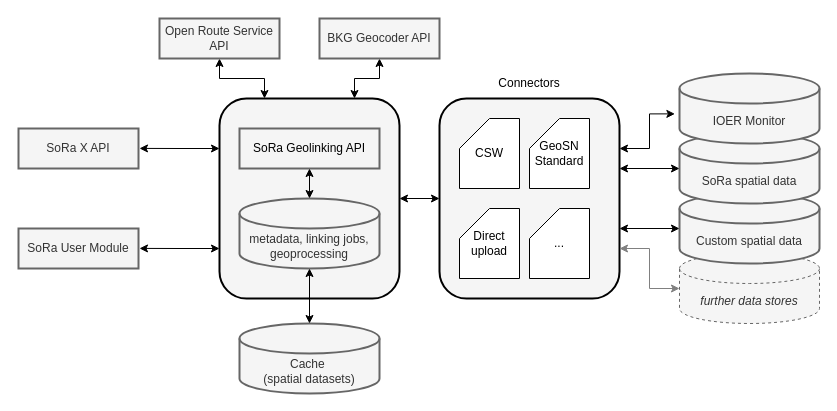
Above: sora/sora_geolinking_network_v5_fuer_SAB.drawio in traveller195/draw_io (draw.io), before the change. Source tidied: cells renumbered, new cells numbered last; positions are measured from the earlier drawing's top-left corner, leaving out a move shared by most shapes. Both pictures are drawn from the tidied source at 100%, with x=0, y=0 at pixel (18, 18).
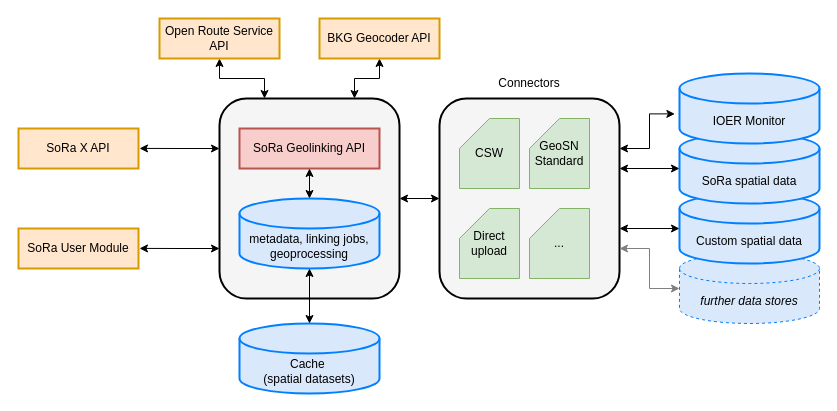
The same page after the edit.

Diff of the diagram source:
```diff
@@
-    <mxCell id="2" value="&lt;div&gt;&lt;i&gt;further data stores&lt;br&gt;&lt;/i&gt;&lt;/div&gt;" style="shape=cylinder3;whiteSpace=wrap;html=1;boundedLbl=1;backgroundOutline=1;size=15;fillColor=#f5f5f5;fontColor=#333333;strokeColor=#666666;dashed=1;" parent="1" vertex="1">
+    <mxCell id="2" value="&lt;div&gt;&lt;i&gt;further data stores&lt;br&gt;&lt;/i&gt;&lt;/div&gt;" style="shape=cylinder3;whiteSpace=wrap;html=1;boundedLbl=1;backgroundOutline=1;size=15;fillColor=#dae8fc;strokeColor=#007FFF;dashed=1;" parent="1" vertex="1">
       <mxGeometry x="661" y="235" width="140" height="70" as="geometry" />
     </mxCell>
@@
-    <mxCell id="4" value="&lt;div&gt;Cache&amp;nbsp;&lt;/div&gt;&lt;div&gt;(spatial datasets)&lt;br&gt;&lt;/div&gt;" style="shape=cylinder3;whiteSpace=wrap;html=1;boundedLbl=1;backgroundOutline=1;size=15;fillColor=#f5f5f5;fontColor=#333333;strokeColor=#666666;strokeWidth=2;" parent="1" vertex="1">
+    <mxCell id="4" value="&lt;div&gt;Cache&amp;nbsp;&lt;/div&gt;&lt;div&gt;(spatial datasets)&lt;br&gt;&lt;/div&gt;" style="shape=cylinder3;whiteSpace=wrap;html=1;boundedLbl=1;backgroundOutline=1;size=15;fillColor=#dae8fc;strokeColor=#007FFF;strokeWidth=2;" parent="1" vertex="1">
       <mxGeometry x="221" y="305" width="140" height="70" as="geometry" />
     </mxCell>
-    <mxCell id="5" value="Custom spatial data" style="shape=cylinder3;whiteSpace=wrap;html=1;boundedLbl=1;backgroundOutline=1;size=15;fillColor=#f5f5f5;fontColor=#333333;strokeColor=#666666;strokeWidth=2;" parent="1" vertex="1">
+    <mxCell id="5" value="Custom spatial data" style="shape=cylinder3;whiteSpace=wrap;html=1;boundedLbl=1;backgroundOutline=1;size=15;fillColor=#dae8fc;strokeColor=#007FFF;strokeWidth=2;" parent="1" vertex="1">
       <mxGeometry x="661" y="175" width="140" height="70" as="geometry" />
     </mxCell>
@@
-    <mxCell id="12" value="SoRa X API" style="rounded=0;whiteSpace=wrap;html=1;fillColor=#f5f5f5;fontColor=#333333;strokeColor=#666666;strokeWidth=2;" parent="1" vertex="1">
+    <mxCell id="12" value="SoRa X API" style="rounded=0;whiteSpace=wrap;html=1;fillColor=#ffe6cc;strokeColor=#d79b00;strokeWidth=2;" parent="1" vertex="1">
       <mxGeometry y="110" width="120" height="40" as="geometry" />
     </mxCell>
-    <mxCell id="13" value="SoRa User Module" style="rounded=0;whiteSpace=wrap;html=1;fillColor=#f5f5f5;fontColor=#333333;strokeColor=#666666;strokeWidth=2;" parent="1" vertex="1">
+    <mxCell id="13" value="SoRa User Module" style="rounded=0;whiteSpace=wrap;html=1;fillColor=#ffe6cc;strokeColor=#d79b00;strokeWidth=2;" parent="1" vertex="1">
       <mxGeometry y="210" width="120" height="40" as="geometry" />
     </mxCell>
-    <mxCell id="14" value="Open Route Service API" style="rounded=0;whiteSpace=wrap;html=1;fillColor=#f5f5f5;fontColor=#333333;strokeColor=#666666;strokeWidth=2;" parent="1" vertex="1">
+    <mxCell id="14" value="Open Route Service API" style="rounded=0;whiteSpace=wrap;html=1;fillColor=#ffe6cc;strokeColor=#d79b00;strokeWidth=2;" parent="1" vertex="1">
       <mxGeometry x="141" width="120" height="40" as="geometry" />
     </mxCell>
-    <mxCell id="15" value="SoRa Geolinking API" style="rounded=0;whiteSpace=wrap;html=1;fillColor=#F5F5F5;strokeColor=#666666;strokeWidth=2;" parent="1" vertex="1">
+    <mxCell id="15" value="SoRa Geolinking API" style="rounded=0;whiteSpace=wrap;html=1;fillColor=#f8cecc;strokeColor=#b85450;strokeWidth=2;" parent="1" vertex="1">
       <mxGeometry x="221" y="110" width="140" height="40" as="geometry" />
     </mxCell>
-    <mxCell id="16" value="SoRa spatial data" style="shape=cylinder3;whiteSpace=wrap;html=1;boundedLbl=1;backgroundOutline=1;size=15;fillColor=#f5f5f5;fontColor=#333333;strokeColor=#666666;strokeWidth=2;" parent="1" vertex="1">
+    <mxCell id="16" value="SoRa spatial data" style="shape=cylinder3;whiteSpace=wrap;html=1;boundedLbl=1;backgroundOutline=1;size=15;fillColor=#dae8fc;strokeColor=#007FFF;strokeWidth=2;" parent="1" vertex="1">
       <mxGeometry x="661" y="115" width="140" height="70" as="geometry" />
     </mxCell>
-    <mxCell id="17" value="IOER Monitor" style="shape=cylinder3;whiteSpace=wrap;html=1;boundedLbl=1;backgroundOutline=1;size=15;fillColor=#f5f5f5;fontColor=#333333;strokeColor=#666666;strokeWidth=2;" parent="1" vertex="1">
+    <mxCell id="17" value="IOER Monitor" style="shape=cylinder3;whiteSpace=wrap;html=1;boundedLbl=1;backgroundOutline=1;size=15;fillColor=#dae8fc;strokeColor=#007FFF;strokeWidth=2;" parent="1" vertex="1">
       <mxGeometry x="661" y="55" width="140" height="70" as="geometry" />
     </mxCell>
-    <mxCell id="18" value="metadata, linking jobs, geoprocessing" style="shape=cylinder3;whiteSpace=wrap;html=1;boundedLbl=1;backgroundOutline=1;size=15;fillColor=#f5f5f5;fontColor=#333333;strokeColor=#666666;strokeWidth=2;" parent="1" vertex="1">
+    <mxCell id="18" value="metadata, linking jobs, geoprocessing" style="shape=cylinder3;whiteSpace=wrap;html=1;boundedLbl=1;backgroundOutline=1;size=15;fillColor=#dae8fc;strokeColor=#007FFF;strokeWidth=2;" parent="1" vertex="1">
       <mxGeometry x="221" y="180" width="140" height="70" as="geometry" />
     </mxCell>
@@
-    <mxCell id="20" value="CSW" style="shape=card;whiteSpace=wrap;html=1;" parent="1" vertex="1">
+    <mxCell id="20" value="CSW" style="shape=card;whiteSpace=wrap;html=1;fillColor=#d5e8d4;strokeColor=#82b366;" parent="1" vertex="1">
       <mxGeometry x="441" y="100" width="60" height="70" as="geometry" />
     </mxCell>
-    <mxCell id="21" value="&lt;font style=&quot;font-size: 12px;&quot;&gt;GeoSN Standard&lt;/font&gt;" style="shape=card;whiteSpace=wrap;html=1;" parent="1" vertex="1">
+    <mxCell id="21" value="&lt;font style=&quot;font-size: 12px;&quot;&gt;GeoSN Standard&lt;/font&gt;" style="shape=card;whiteSpace=wrap;html=1;fillColor=#d5e8d4;strokeColor=#82b366;" parent="1" vertex="1">
       <mxGeometry x="511" y="100" width="60" height="70" as="geometry" />
     </mxCell>
-    <mxCell id="22" value="Direct upload" style="shape=card;whiteSpace=wrap;html=1;" parent="1" vertex="1">
+    <mxCell id="22" value="Direct upload" style="shape=card;whiteSpace=wrap;html=1;fillColor=#d5e8d4;strokeColor=#82b366;" parent="1" vertex="1">
       <mxGeometry x="441" y="190" width="60" height="70" as="geometry" />
     </mxCell>
@@
-    <mxCell id="24" value="BKG Geocoder API" style="rounded=0;whiteSpace=wrap;html=1;fillColor=#f5f5f5;fontColor=#333333;strokeColor=#666666;strokeWidth=2;" parent="1" vertex="1">
+    <mxCell id="24" value="BKG Geocoder API" style="rounded=0;whiteSpace=wrap;html=1;fillColor=#ffe6cc;strokeColor=#d79b00;strokeWidth=2;" parent="1" vertex="1">
       <mxGeometry x="301" width="120" height="40" as="geometry" />
     </mxCell>
-    <mxCell id="25" value="..." style="shape=card;whiteSpace=wrap;html=1;" parent="1" vertex="1">
+    <mxCell id="25" value="..." style="shape=card;whiteSpace=wrap;html=1;fillColor=#d5e8d4;strokeColor=#82b366;" parent="1" vertex="1">
       <mxGeometry x="511" y="190" width="60" height="70" as="geometry" />
     </mxCell>
```
